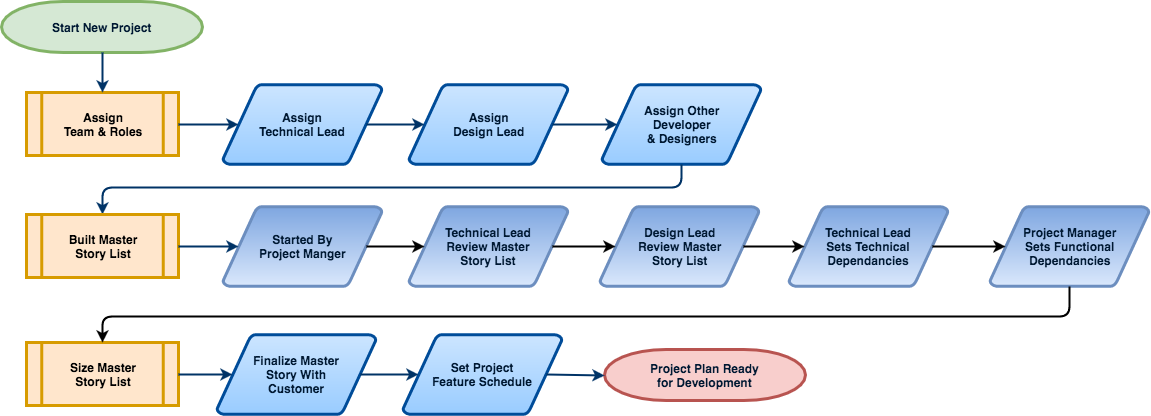
Before: new-projects/phase-3.png, a diagram exported from draw.io (inigo-llc/guides). Source tidied: cells renumbered, new cells last; positions are measured from the earlier drawing's top-left corner, leaving out a move shared by most shapes.
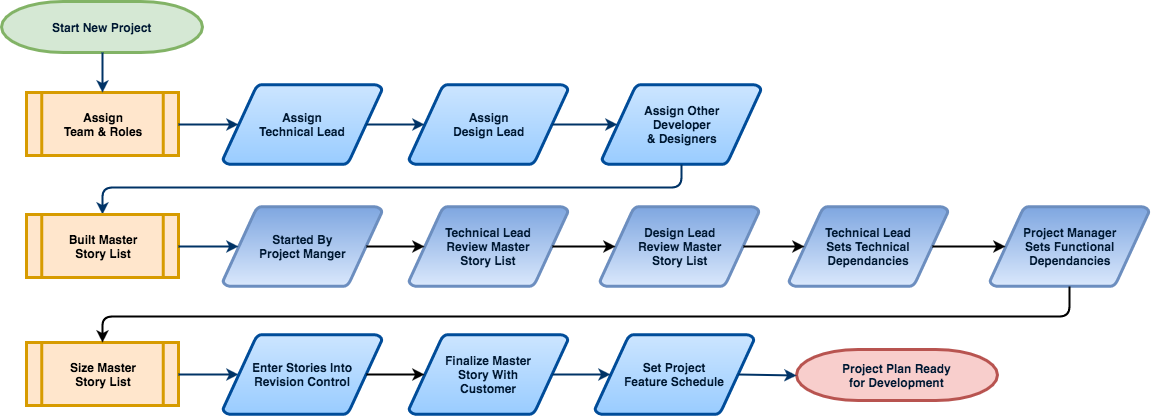
The same diagram one commit later.

Commit message:
Updates to Phase I, II, and III with adjustments to the workflow diagrams

The edit, as a diff of the source:
```diff
@@ -83,22 +83,28 @@
       </mxGeometry>
     </mxCell>
     <mxCell id="25" value="Finalize Master&lt;br&gt;Story With&lt;br&gt;Customer" style="shape=mxgraph.flowchart.data;fillColor=#99CCFF;strokeColor=#004C99;strokeWidth=3;gradientColor=#CCE5FF;gradientDirection=north;fontColor=#001933;fontStyle=1;html=1;" parent="1" vertex="1">
-      <mxGeometry x="215.5" y="333" width="159" height="80" as="geometry" />
+      <mxGeometry x="407.5" y="333" width="159" height="80" as="geometry" />
     </mxCell>
-    <mxCell id="26" style="fontColor=#001933;fontStyle=1;strokeColor=#003366;strokeWidth=2;html=1;exitX=1;exitY=0.5;entryX=0.095;entryY=0.5;entryPerimeter=0;" parent="1" edge="1" source="23" target="25">
+    <mxCell id="26" style="fontColor=#001933;fontStyle=1;strokeColor=#003366;strokeWidth=2;html=1;exitX=1;exitY=0.5;entryX=0.095;entryY=0.5;entryPerimeter=0;" parent="1" edge="1" source="23" target="31">
       <mxGeometry x="-163" y="444.7" as="geometry" />
     </mxCell>
     <mxCell id="27" value="Set Project&lt;br&gt;Feature Schedule" style="shape=mxgraph.flowchart.data;fillColor=#99CCFF;strokeColor=#004C99;strokeWidth=3;gradientColor=#CCE5FF;gradientDirection=north;fontColor=#001933;fontStyle=1;html=1;" parent="1" vertex="1">
-      <mxGeometry x="401.5" y="333" width="159" height="80" as="geometry" />
+      <mxGeometry x="593.5" y="333" width="159" height="80" as="geometry" />
     </mxCell>
     <mxCell id="28" style="fontColor=#001933;fontStyle=1;strokeColor=#003366;strokeWidth=2;html=1;entryX=0.095;entryY=0.5;entryPerimeter=0;exitX=0.905;exitY=0.5;exitPerimeter=0;" parent="1" edge="1" source="25" target="27">
-      <mxGeometry x="162" y="53.7" as="geometry" />
+      <mxGeometry x="354" y="53.7" as="geometry" />
     </mxCell>
     <mxCell id="29" value="Project Plan Ready&lt;div&gt;for Development&lt;/div&gt;" style="shape=mxgraph.flowchart.terminator;fillColor=#f8cecc;strokeColor=#b85450;strokeWidth=3;gradientDirection=north;fontColor=#001933;fontStyle=1;html=1;" parent="1" vertex="1">
-      <mxGeometry x="603" y="348" width="201" height="51" as="geometry" />
+      <mxGeometry x="795" y="348" width="201" height="51" as="geometry" />
     </mxCell>
     <mxCell id="30" style="fontColor=#001933;fontStyle=1;strokeColor=#003366;strokeWidth=2;html=1;entryX=0;entryY=0.5;entryPerimeter=0;exitX=0.905;exitY=0.5;exitPerimeter=0;" parent="1" edge="1" source="27" target="29">
-      <mxGeometry x="172" y="63.7" as="geometry" />
+      <mxGeometry x="364" y="63.7" as="geometry" />
     </mxCell>
+    <mxCell id="31" value="Enter Stories Into&lt;div&gt;Revision Control&lt;/div&gt;" style="shape=mxgraph.flowchart.data;fillColor=#99CCFF;strokeColor=#004C99;strokeWidth=3;gradientColor=#CCE5FF;gradientDirection=north;fontColor=#001933;fontStyle=1;html=1;" parent="1" vertex="1">
+      <mxGeometry x="221.5" y="333" width="159" height="80" as="geometry" />
+    </mxCell>
+    <mxCell id="32" style="endArrow=classic;html=1;strokeColor=#000000;strokeWidth=2;entryX=0.095;entryY=0.5;entryPerimeter=0;exitX=0.905;exitY=0.5;exitPerimeter=0;" parent="1" edge="1" source="31" target="25">
+      <mxGeometry relative="1" as="geometry" />
+    </mxCell>
   </root>
 </mxGraphModel>
```
